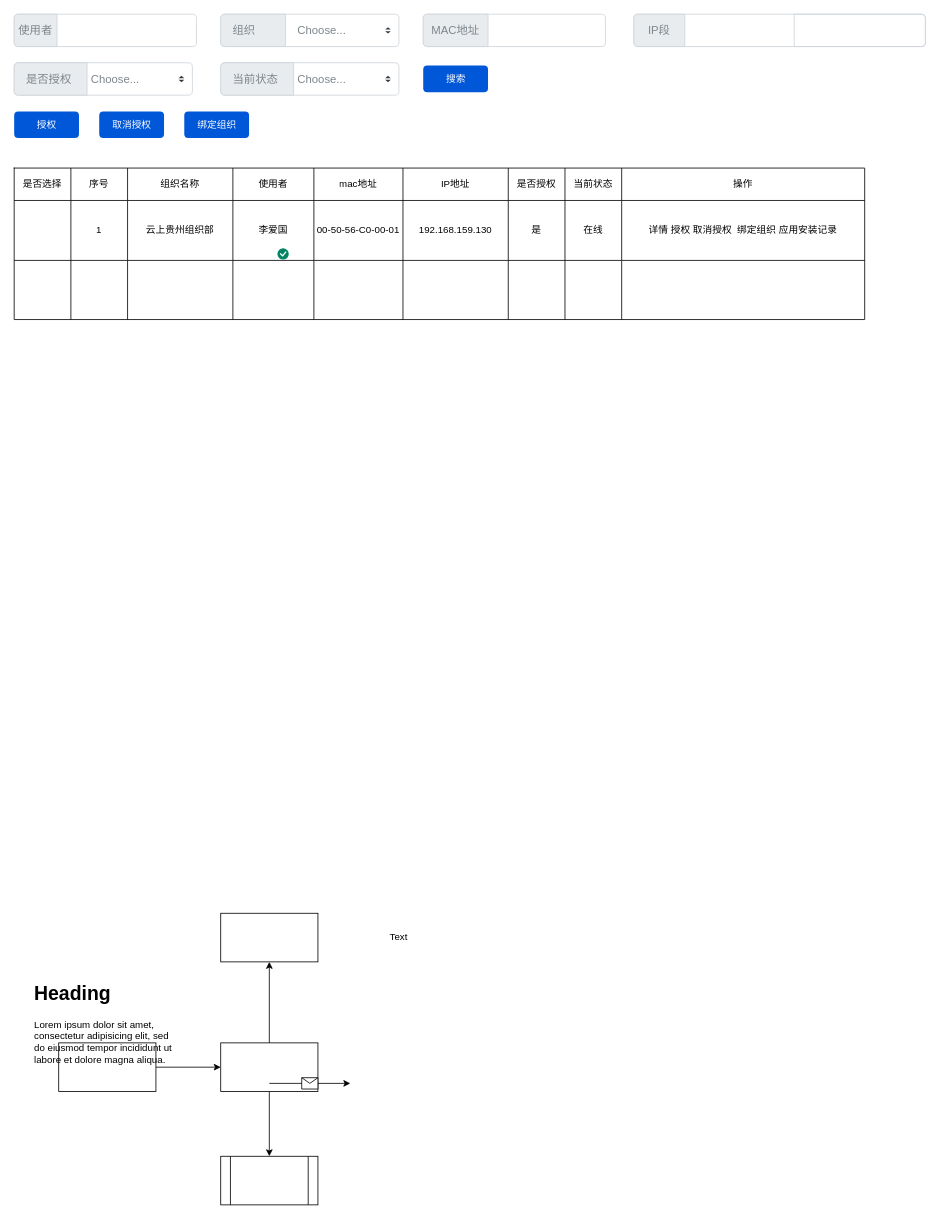
fzon0902/DRAWIO-PICS keeps this draw.io diagram as 未命名绘图.drawio. Above is the earlier version. Source tidied: cells renumbered, new cells numbered last; positions are measured from the earlier drawing's top-left corner, leaving out a move shared by most shapes. Both pictures are drawn from the tidied source at 81%, with x=0, y=0 at pixel (14, 14).
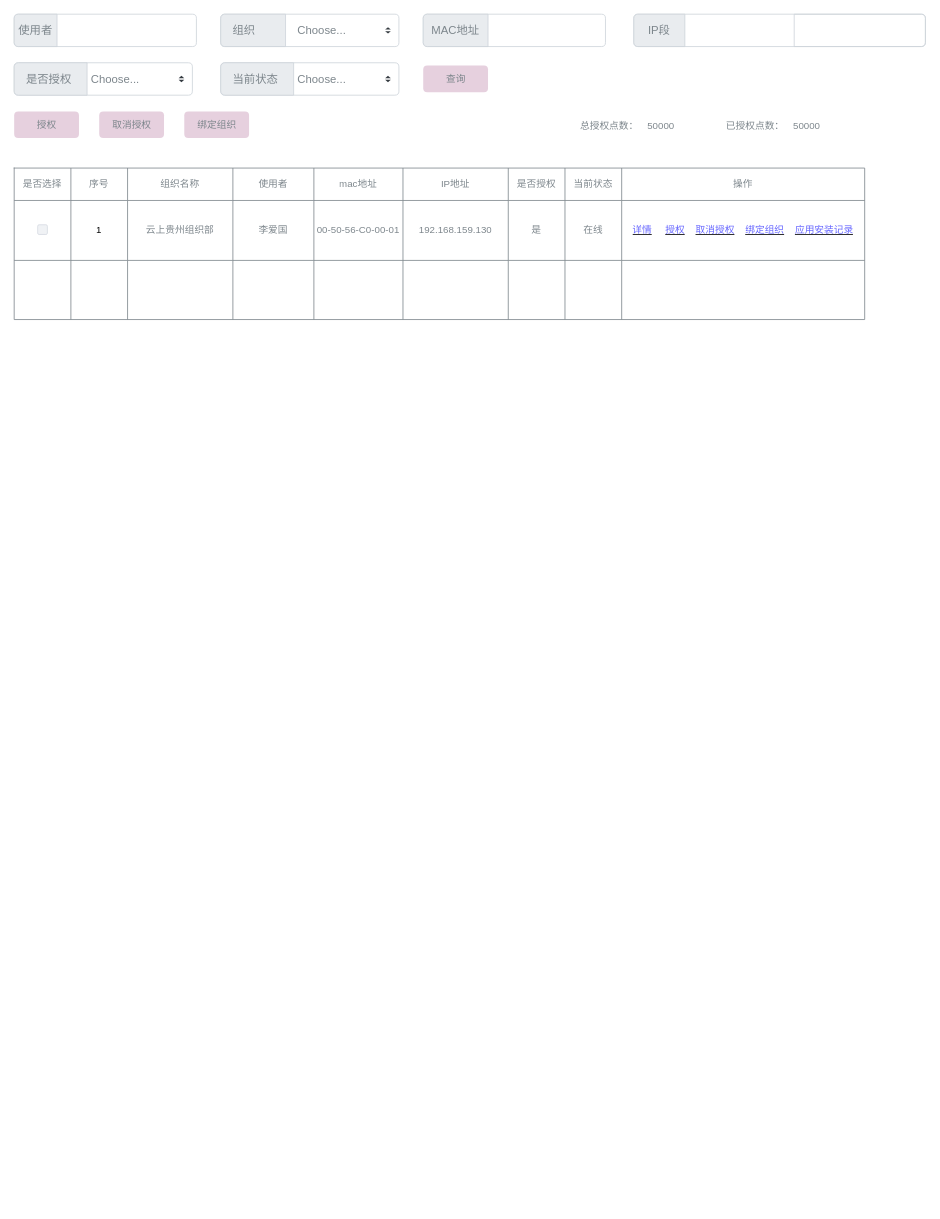
After the change.

Commit message:
更新未命名绘图.drawio

The change refers to these unchanged cells:
```xml
<mxCell id="14" style="shape=partialRectangle;html=1;whiteSpace=wrap;fillColor=none;top=0;left=0;bottom=0;right=0;shadow=0;" parent="13" vertex="1">
  <mxGeometry width="1050" height="40" as="geometry" />
</mxCell>
```

The edit, as a diff of the source:
```diff
@@
-    <mxCell id="2" style="edgeStyle=orthogonalEdgeStyle;rounded=0;jettySize=auto;html=1;" parent="1" edge="1" source="3" target="6">
-      <mxGeometry relative="1" as="geometry" />
-    </mxCell>
-    <mxCell id="3" style="rounded=0;whiteSpace=wrap;html=1;shadow=0;" parent="1" vertex="1">
-      <mxGeometry x="55" y="1270" width="120" height="60" as="geometry" />
-    </mxCell>
-    <mxCell id="4" style="edgeStyle=orthogonalEdgeStyle;rounded=0;jettySize=auto;html=1;" parent="1" edge="1" source="6" target="7">
-      <mxGeometry relative="1" as="geometry" />
-    </mxCell>
-    <mxCell id="5" style="edgeStyle=orthogonalEdgeStyle;rounded=0;jettySize=auto;html=1;" parent="1" edge="1" source="6" target="8">
-      <mxGeometry relative="1" as="geometry" />
-    </mxCell>
-    <mxCell id="6" style="whiteSpace=wrap;html=1;rounded=0;shadow=0;" parent="1" vertex="1">
-      <mxGeometry x="255" y="1270" width="120" height="60" as="geometry" />
-    </mxCell>
-    <mxCell id="7" style="whiteSpace=wrap;html=1;rounded=0;shadow=0;" parent="1" vertex="1">
-      <mxGeometry x="255" y="1110" width="120" height="60" as="geometry" />
-    </mxCell>
-    <mxCell id="8" style="shape=process;whiteSpace=wrap;html=1;backgroundOutline=1;rounded=0;shadow=0;" parent="1" vertex="1">
-      <mxGeometry x="255" y="1410" width="120" height="60" as="geometry" />
-    </mxCell>
-    <mxCell id="9" value="&lt;h1&gt;Heading&lt;/h1&gt;&lt;p&gt;Lorem ipsum dolor sit amet, consectetur adipisicing elit, sed do eiusmod tempor incididunt ut labore et dolore magna aliqua.&lt;/p&gt;" style="text;html=1;strokeColor=none;fillColor=none;spacing=5;spacingTop=-20;whiteSpace=wrap;overflow=hidden;rounded=0;shadow=0;" parent="1" vertex="1">
-      <mxGeometry x="20" y="1190" width="190" height="120" as="geometry" />
-    </mxCell>
-    <mxCell id="10" value="Text" style="text;html=1;strokeColor=none;fillColor=none;align=center;verticalAlign=middle;whiteSpace=wrap;rounded=0;shadow=0;" parent="1" vertex="1">
-      <mxGeometry x="445" y="1125" width="60" height="30" as="geometry" />
-    </mxCell>
-    <mxCell id="11" style="endArrow=classic;html=1;rounded=0;" parent="1" edge="1">
-      <mxGeometry relative="1" as="geometry">
-        <mxPoint x="315" y="1320" as="sourcePoint" />
-        <mxPoint x="415" y="1320" as="targetPoint" />
-      </mxGeometry>
-    </mxCell>
-    <mxCell id="12" style="shape=message;html=1;shadow=0;" parent="11" vertex="1">
-      <mxGeometry width="20" height="14" relative="1" as="geometry">
-        <mxPoint x="-10" y="-7" as="offset" />
-      </mxGeometry>
-    </mxCell>
-    <mxCell id="13" style="shape=table;html=1;whiteSpace=wrap;startSize=0;childLayout=tableLayout;shadow=0;" parent="1" vertex="1">
+    <mxCell id="13" style="shape=table;html=1;whiteSpace=wrap;startSize=0;childLayout=tableLayout;shadow=0;fontColor=#7D868C;strokeColor=#7D868C;" parent="1" vertex="1">
       <mxGeometry y="190" width="1050" height="187" as="geometry" />
     </mxCell>
@@
-    <mxCell id="15" value="是否选择" style="shape=partialRectangle;html=1;whiteSpace=wrap;fillColor=none;top=0;left=0;bottom=0;right=0;overflow=hidden;shadow=0;" parent="14" vertex="1">
+    <mxCell id="15" value="是否选择" style="shape=partialRectangle;html=1;whiteSpace=wrap;fillColor=none;top=0;left=0;bottom=0;right=0;overflow=hidden;shadow=0;fontColor=#7D868C;" parent="14" vertex="1">
       <mxGeometry width="70" height="40" as="geometry" />
     </mxCell>
-    <mxCell id="16" value="序号" style="shape=partialRectangle;html=1;whiteSpace=wrap;fillColor=none;top=0;left=0;bottom=0;right=0;overflow=hidden;shadow=0;" parent="14" vertex="1">
+    <mxCell id="16" value="序号" style="shape=partialRectangle;html=1;whiteSpace=wrap;fillColor=none;top=0;left=0;bottom=0;right=0;overflow=hidden;shadow=0;fontColor=#7D868C;" parent="14" vertex="1">
       <mxGeometry x="70" width="70" height="40" as="geometry" />
     </mxCell>
-    <mxCell id="17" value="组织名称" style="shape=partialRectangle;html=1;whiteSpace=wrap;fillColor=none;top=0;left=0;bottom=0;right=0;overflow=hidden;shadow=0;" parent="14" vertex="1">
+    <mxCell id="17" value="组织名称" style="shape=partialRectangle;html=1;whiteSpace=wrap;fillColor=none;top=0;left=0;bottom=0;right=0;overflow=hidden;shadow=0;fontColor=#7D868C;" parent="14" vertex="1">
       <mxGeometry x="140" width="130" height="40" as="geometry" />
     </mxCell>
-    <mxCell id="18" value="使用者" style="shape=partialRectangle;html=1;whiteSpace=wrap;fillColor=none;top=0;left=0;bottom=0;right=0;overflow=hidden;shadow=0;" parent="14" vertex="1">
+    <mxCell id="18" value="使用者" style="shape=partialRectangle;html=1;whiteSpace=wrap;fillColor=none;top=0;left=0;bottom=0;right=0;overflow=hidden;shadow=0;fontColor=#7D868C;" parent="14" vertex="1">
       <mxGeometry x="270" width="100" height="40" as="geometry" />
     </mxCell>
-    <mxCell id="19" value="mac地址" style="shape=partialRectangle;html=1;whiteSpace=wrap;fillColor=none;top=0;left=0;bottom=0;right=0;overflow=hidden;shadow=0;" parent="14" vertex="1">
+    <mxCell id="19" value="mac地址" style="shape=partialRectangle;html=1;whiteSpace=wrap;fillColor=none;top=0;left=0;bottom=0;right=0;overflow=hidden;shadow=0;fontColor=#7D868C;" parent="14" vertex="1">
       <mxGeometry x="370" width="110" height="40" as="geometry" />
     </mxCell>
-    <mxCell id="20" value="IP地址" style="shape=partialRectangle;html=1;whiteSpace=wrap;fillColor=none;top=0;left=0;bottom=0;right=0;overflow=hidden;shadow=0;" parent="14" vertex="1">
+    <mxCell id="20" value="IP地址" style="shape=partialRectangle;html=1;whiteSpace=wrap;fillColor=none;top=0;left=0;bottom=0;right=0;overflow=hidden;shadow=0;fontColor=#7D868C;" parent="14" vertex="1">
       <mxGeometry x="480" width="130" height="40" as="geometry" />
     </mxCell>
-    <mxCell id="21" value="是否授权" style="shape=partialRectangle;html=1;whiteSpace=wrap;fillColor=none;top=0;left=0;bottom=0;right=0;overflow=hidden;shadow=0;" parent="14" vertex="1">
+    <mxCell id="21" value="是否授权" style="shape=partialRectangle;html=1;whiteSpace=wrap;fillColor=none;top=0;left=0;bottom=0;right=0;overflow=hidden;shadow=0;fontColor=#7D868C;" parent="14" vertex="1">
       <mxGeometry x="610" width="70" height="40" as="geometry" />
     </mxCell>
-    <mxCell id="22" value="当前状态" style="shape=partialRectangle;html=1;whiteSpace=wrap;fillColor=none;top=0;left=0;bottom=0;right=0;overflow=hidden;shadow=0;" parent="14" vertex="1">
+    <mxCell id="22" value="当前状态" style="shape=partialRectangle;html=1;whiteSpace=wrap;fillColor=none;top=0;left=0;bottom=0;right=0;overflow=hidden;shadow=0;fontColor=#7D868C;" parent="14" vertex="1">
       <mxGeometry x="680" width="70" height="40" as="geometry" />
     </mxCell>
-    <mxCell id="23" value="操作" style="shape=partialRectangle;html=1;whiteSpace=wrap;fillColor=none;top=0;left=0;bottom=0;right=0;overflow=hidden;shadow=0;" parent="14" vertex="1">
+    <mxCell id="23" value="操作" style="shape=partialRectangle;html=1;whiteSpace=wrap;fillColor=none;top=0;left=0;bottom=0;right=0;overflow=hidden;shadow=0;fontColor=#7D868C;" parent="14" vertex="1">
       <mxGeometry x="750" width="300" height="40" as="geometry" />
     </mxCell>
-    <mxCell id="24" style="shape=partialRectangle;html=1;whiteSpace=wrap;fillColor=none;top=0;left=0;bottom=0;right=0;shadow=0;" parent="13" vertex="1">
+    <mxCell id="24" style="shape=partialRectangle;html=1;whiteSpace=wrap;fillColor=none;top=0;left=0;bottom=0;right=0;shadow=0;fontColor=#7D868C;" parent="13" vertex="1">
       <mxGeometry y="40" width="1050" height="74" as="geometry" />
     </mxCell>
@@
-    <mxCell id="27" value="云上贵州组织部" style="shape=partialRectangle;html=1;whiteSpace=wrap;fillColor=none;top=0;left=0;bottom=0;right=0;overflow=hidden;shadow=0;" parent="24" vertex="1">
+    <mxCell id="27" value="&lt;font color=&quot;#7d868c&quot;&gt;云上贵州组织部&lt;/font&gt;" style="shape=partialRectangle;html=1;whiteSpace=wrap;fillColor=none;top=0;left=0;bottom=0;right=0;overflow=hidden;shadow=0;" parent="24" vertex="1">
       <mxGeometry x="140" width="130" height="74" as="geometry" />
     </mxCell>
-    <mxCell id="28" value="李爱国" style="shape=partialRectangle;html=1;whiteSpace=wrap;fillColor=none;top=0;left=0;bottom=0;right=0;overflow=hidden;shadow=0;" parent="24" vertex="1">
+    <mxCell id="28" value="&lt;font color=&quot;#7d868c&quot;&gt;李爱国&lt;/font&gt;" style="shape=partialRectangle;html=1;whiteSpace=wrap;fillColor=none;top=0;left=0;bottom=0;right=0;overflow=hidden;shadow=0;" parent="24" vertex="1">
       <mxGeometry x="270" width="100" height="74" as="geometry" />
     </mxCell>
-    <mxCell id="29" value="00-50-56-C0-00-01" style="shape=partialRectangle;html=1;whiteSpace=wrap;fillColor=none;top=0;left=0;bottom=0;right=0;overflow=hidden;shadow=0;" parent="24" vertex="1">
+    <mxCell id="29" value="00-50-56-C0-00-01" style="shape=partialRectangle;html=1;whiteSpace=wrap;fillColor=none;top=0;left=0;bottom=0;right=0;overflow=hidden;shadow=0;fontColor=#7D868C;" parent="24" vertex="1">
       <mxGeometry x="370" width="110" height="74" as="geometry" />
     </mxCell>
-    <mxCell id="30" value="192.168.159.130" style="shape=partialRectangle;html=1;whiteSpace=wrap;fillColor=none;top=0;left=0;bottom=0;right=0;overflow=hidden;shadow=0;" parent="24" vertex="1">
+    <mxCell id="30" value="192.168.159.130" style="shape=partialRectangle;html=1;whiteSpace=wrap;fillColor=none;top=0;left=0;bottom=0;right=0;overflow=hidden;shadow=0;fontColor=#7D868C;" parent="24" vertex="1">
       <mxGeometry x="480" width="130" height="74" as="geometry" />
     </mxCell>
-    <mxCell id="31" value="是" style="shape=partialRectangle;html=1;whiteSpace=wrap;fillColor=none;top=0;left=0;bottom=0;right=0;overflow=hidden;shadow=0;" parent="24" vertex="1">
+    <mxCell id="31" value="是" style="shape=partialRectangle;html=1;whiteSpace=wrap;fillColor=none;top=0;left=0;bottom=0;right=0;overflow=hidden;shadow=0;fontColor=#7D868C;" parent="24" vertex="1">
       <mxGeometry x="610" width="70" height="74" as="geometry" />
     </mxCell>
-    <mxCell id="32" value="在线" style="shape=partialRectangle;html=1;whiteSpace=wrap;fillColor=none;top=0;left=0;bottom=0;right=0;overflow=hidden;shadow=0;" parent="24" vertex="1">
+    <mxCell id="32" value="在线" style="shape=partialRectangle;html=1;whiteSpace=wrap;fillColor=none;top=0;left=0;bottom=0;right=0;overflow=hidden;shadow=0;fontColor=#7D868C;" parent="24" vertex="1">
       <mxGeometry x="680" width="70" height="74" as="geometry" />
     </mxCell>
-    <mxCell id="33" value="详情 授权 取消授权&amp;nbsp; 绑定组织 应用安装记录" style="shape=partialRectangle;html=1;whiteSpace=wrap;fillColor=none;top=0;left=0;bottom=0;right=0;overflow=hidden;shadow=0;" parent="24" vertex="1">
+    <mxCell id="33" value="&lt;u&gt;&lt;font color=&quot;#6666ff&quot;&gt;详情&lt;/font&gt;&lt;/u&gt;&lt;font color=&quot;#7d868c&quot;&gt;&amp;nbsp; &amp;nbsp; &amp;nbsp;&lt;/font&gt;&lt;u&gt;&lt;font color=&quot;#6666ff&quot;&gt;授权&lt;/font&gt;&lt;/u&gt;&lt;font color=&quot;#7d868c&quot;&gt;&amp;nbsp; &amp;nbsp; &lt;/font&gt;&lt;u&gt;&lt;font color=&quot;#6666ff&quot;&gt;取消授权&lt;/font&gt;&lt;/u&gt;&lt;font color=&quot;#7d868c&quot;&gt;&amp;nbsp; &amp;nbsp; &lt;/font&gt;&lt;u&gt;&lt;font color=&quot;#6666ff&quot;&gt;绑定组织&lt;/font&gt;&lt;/u&gt;&lt;font color=&quot;#7d868c&quot;&gt;&amp;nbsp; &amp;nbsp; &lt;/font&gt;&lt;u&gt;&lt;font color=&quot;#6666ff&quot;&gt;应用安装记录&lt;/font&gt;&lt;/u&gt;" style="shape=partialRectangle;html=1;whiteSpace=wrap;fillColor=none;top=0;left=0;bottom=0;right=0;overflow=hidden;shadow=0;" parent="24" vertex="1">
       <mxGeometry x="750" width="300" height="74" as="geometry" />
     </mxCell>
@@
-    <mxCell id="44" style="html=1;shadow=0;dashed=0;shape=mxgraph.atlassian.checkbox;fillColor=#008465;strokeColor=none;html=1;sketch=0;" parent="1" vertex="1">
-      <mxGeometry x="325" y="289" width="14" height="14" as="geometry" />
-    </mxCell>
-    <mxCell id="45" value="授权" style="rounded=1;fillColor=#0057D8;align=center;strokeColor=none;html=1;fontColor=#ffffff;fontSize=12;sketch=0;shadow=0;" parent="1" vertex="1">
+    <mxCell id="45" value="授权" style="rounded=1;fillColor=#E6D0DE;align=center;strokeColor=none;html=1;fontColor=#7D868C;fontSize=12;sketch=0;shadow=0;" parent="1" vertex="1">
       <mxGeometry y="120" width="80" height="33" as="geometry" />
     </mxCell>
-    <mxCell id="46" value="取消授权" style="rounded=1;fillColor=#0057D8;align=center;strokeColor=none;html=1;fontColor=#ffffff;fontSize=12;sketch=0;shadow=0;" parent="1" vertex="1">
+    <mxCell id="46" value="取消授权" style="rounded=1;fillColor=#E6D0DE;align=center;strokeColor=none;html=1;fontColor=#7D868C;fontSize=12;sketch=0;shadow=0;" parent="1" vertex="1">
       <mxGeometry x="105" y="120" width="80" height="33" as="geometry" />
     </mxCell>
-    <mxCell id="47" value="绑定组织" style="rounded=1;fillColor=#0057D8;align=center;strokeColor=none;html=1;fontColor=#ffffff;fontSize=12;sketch=0;shadow=0;" parent="1" vertex="1">
-      <mxGeometry x="210" y="120" width="80" height="33" as="geometry" />
-    </mxCell>
@@
-    <mxCell id="67" value="搜索" style="rounded=1;fillColor=#0057D8;align=center;strokeColor=none;html=1;fontColor=#ffffff;fontSize=12;sketch=0;shadow=0;" parent="1" vertex="1">
+    <mxCell id="67" value="查询" style="rounded=1;fillColor=#E6D0DE;align=center;strokeColor=none;html=1;fontColor=#7D868C;fontSize=12;sketch=0;shadow=0;" parent="1" vertex="1">
       <mxGeometry x="505" y="63.5" width="80" height="33" as="geometry" />
     </mxCell>
+    <mxCell id="47" value="绑定组织" style="rounded=1;fillColor=#E6D0DE;align=center;strokeColor=none;html=1;fontColor=#7D868C;fontSize=12;sketch=0;shadow=0;" parent="1" vertex="1">
+      <mxGeometry x="210" y="120" width="80" height="33" as="geometry" />
+    </mxCell>
+    <mxCell id="68" style="rounded=1;fillColor=#F0F2F5;strokeColor=#D8DCE3;align=left;verticalAlign=middle;fontStyle=0;fontSize=12;labelPosition=right;verticalLabelPosition=middle;spacingLeft=10;html=1;shadow=0;dashed=0;fontColor=#7D868C;" parent="1" vertex="1">
+      <mxGeometry x="29" y="260" width="12" height="12" as="geometry" />
+    </mxCell>
+    <mxCell id="69" value="总授权点数：" style="text;html=1;strokeColor=none;fillColor=none;align=center;verticalAlign=middle;whiteSpace=wrap;rounded=0;shadow=0;fontColor=#7D868C;" parent="1" vertex="1">
+      <mxGeometry x="690" y="123" width="90" height="30" as="geometry" />
+    </mxCell>
+    <mxCell id="70" value="50000" style="text;html=1;strokeColor=none;fillColor=none;align=left;verticalAlign=middle;whiteSpace=wrap;rounded=0;shadow=0;fontColor=#7D868C;" parent="1" vertex="1">
+      <mxGeometry x="780" y="123" width="90" height="30" as="geometry" />
+    </mxCell>
+    <mxCell id="71" value="已授权点数：" style="text;html=1;strokeColor=none;fillColor=none;align=center;verticalAlign=middle;whiteSpace=wrap;rounded=0;shadow=0;fontColor=#7D868C;" parent="1" vertex="1">
+      <mxGeometry x="870" y="123" width="90" height="30" as="geometry" />
+    </mxCell>
+    <mxCell id="72" value="50000" style="text;html=1;strokeColor=none;fillColor=none;align=left;verticalAlign=middle;whiteSpace=wrap;rounded=0;shadow=0;fontColor=#7D868C;" parent="1" vertex="1">
+      <mxGeometry x="960" y="123" width="90" height="30" as="geometry" />
+    </mxCell>
```
